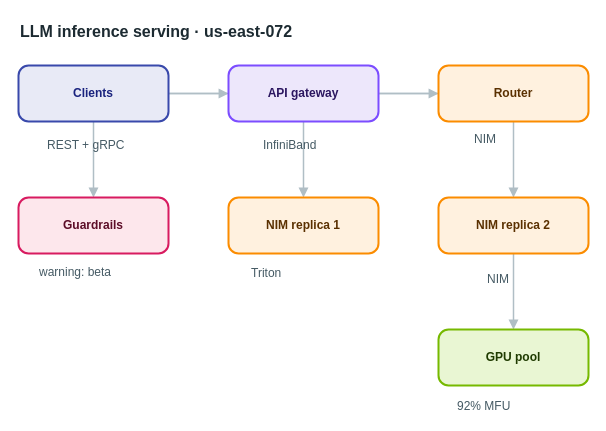
AryanG01/open-apprentice keeps this draw.io diagram as apps/web/public/samples/library/072-llm-inference-serving.drawio. Above is the earlier version. Source tidied: cells renumbered, new cells numbered last; positions are measured from the earlier drawing's top-left corner, leaving out a move shared by most shapes. Both pictures are drawn from the tidied source at 100%, with x=0, y=0 at pixel (18, 17).
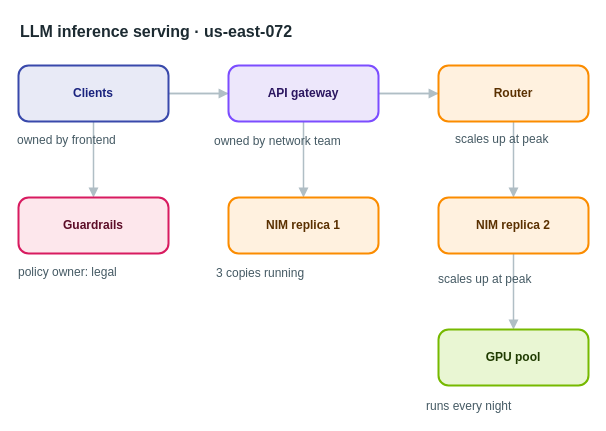
The same page after the edit.

What changed in the source:
```diff
@@
-    <mxCell id="16" value="REST + gRPC" style="text;html=1;align=left;verticalAlign=top;whiteSpace=nowrap;spacing=0;spacingTop=0;strokeColor=none;fillColor=none;fontSize=12;fontColor=#455a64;" parent="1" vertex="1">
-      <mxGeometry x="29" y="116" width="89" height="20" as="geometry" />
+    <mxCell id="16" value="owned by frontend" style="text;html=1;align=left;verticalAlign=top;whiteSpace=nowrap;spacing=0;spacingTop=0;strokeColor=none;fillColor=none;fontSize=12;fontColor=#455a64;" parent="1" vertex="1">
+      <mxGeometry x="-1" y="111" width="131" height="20" as="geometry" />
     </mxCell>
-    <mxCell id="17" value="InfiniBand" style="text;html=1;align=left;verticalAlign=top;whiteSpace=nowrap;spacing=0;spacingTop=0;strokeColor=none;fillColor=none;fontSize=12;fontColor=#455a64;" parent="1" vertex="1">
-      <mxGeometry x="245" y="116" width="82" height="20" as="geometry" />
+    <mxCell id="17" value="owned by network team" style="text;html=1;align=left;verticalAlign=top;whiteSpace=nowrap;spacing=0;spacingTop=0;strokeColor=none;fillColor=none;fontSize=12;fontColor=#455a64;" parent="1" vertex="1">
+      <mxGeometry x="196" y="112" width="159" height="20" as="geometry" />
     </mxCell>
-    <mxCell id="18" value="NIM" style="text;html=1;align=left;verticalAlign=top;whiteSpace=nowrap;spacing=0;spacingTop=0;strokeColor=none;fillColor=none;fontSize=12;fontColor=#455a64;" parent="1" vertex="1">
-      <mxGeometry x="456" y="110" width="33" height="20" as="geometry" />
+    <mxCell id="18" value="scales up at peak" style="text;html=1;align=left;verticalAlign=top;whiteSpace=nowrap;spacing=0;spacingTop=0;strokeColor=none;fillColor=none;fontSize=12;fontColor=#455a64;" parent="1" vertex="1">
+      <mxGeometry x="437" y="110" width="131" height="20" as="geometry" />
     </mxCell>
-    <mxCell id="19" value="Triton" style="text;html=1;align=left;verticalAlign=top;whiteSpace=nowrap;spacing=0;spacingTop=0;strokeColor=none;fillColor=none;fontSize=12;fontColor=#455a64;" parent="1" vertex="1">
-      <mxGeometry x="233" y="244" width="54" height="20" as="geometry" />
+    <mxCell id="19" value="3 copies running" style="text;html=1;align=left;verticalAlign=top;whiteSpace=nowrap;spacing=0;spacingTop=0;strokeColor=none;fillColor=none;fontSize=12;fontColor=#455a64;" parent="1" vertex="1">
+      <mxGeometry x="198" y="244" width="124" height="20" as="geometry" />
     </mxCell>
-    <mxCell id="20" value="NIM" style="text;html=1;align=left;verticalAlign=top;whiteSpace=nowrap;spacing=0;spacingTop=0;strokeColor=none;fillColor=none;fontSize=12;fontColor=#455a64;" parent="1" vertex="1">
-      <mxGeometry x="469" y="250" width="33" height="20" as="geometry" />
+    <mxCell id="20" value="scales up at peak" style="text;html=1;align=left;verticalAlign=top;whiteSpace=nowrap;spacing=0;spacingTop=0;strokeColor=none;fillColor=none;fontSize=12;fontColor=#455a64;" parent="1" vertex="1">
+      <mxGeometry x="420" y="250" width="131" height="20" as="geometry" />
     </mxCell>
-    <mxCell id="21" value="92% MFU" style="text;html=1;align=left;verticalAlign=top;whiteSpace=nowrap;spacing=0;spacingTop=0;strokeColor=none;fillColor=none;fontSize=12;fontColor=#455a64;" parent="1" vertex="1">
-      <mxGeometry x="439" y="377" width="61" height="20" as="geometry" />
+    <mxCell id="21" value="runs every night" style="text;html=1;align=left;verticalAlign=top;whiteSpace=nowrap;spacing=0;spacingTop=0;strokeColor=none;fillColor=none;fontSize=12;fontColor=#455a64;" parent="1" vertex="1">
+      <mxGeometry x="408" y="377" width="124" height="20" as="geometry" />
     </mxCell>
-    <mxCell id="22" value="warning: beta" style="text;html=1;align=left;verticalAlign=top;whiteSpace=nowrap;spacing=0;spacingTop=0;strokeColor=none;fillColor=none;fontSize=12;fontColor=#455a64;" parent="1" vertex="1">
-      <mxGeometry x="21" y="243" width="103" height="20" as="geometry" />
+    <mxCell id="22" value="policy owner: legal" style="text;html=1;align=left;verticalAlign=top;whiteSpace=nowrap;spacing=0;spacingTop=0;strokeColor=none;fillColor=none;fontSize=12;fontColor=#455a64;" parent="1" vertex="1">
+      <mxGeometry y="243" width="145" height="20" as="geometry" />
     </mxCell>
```
